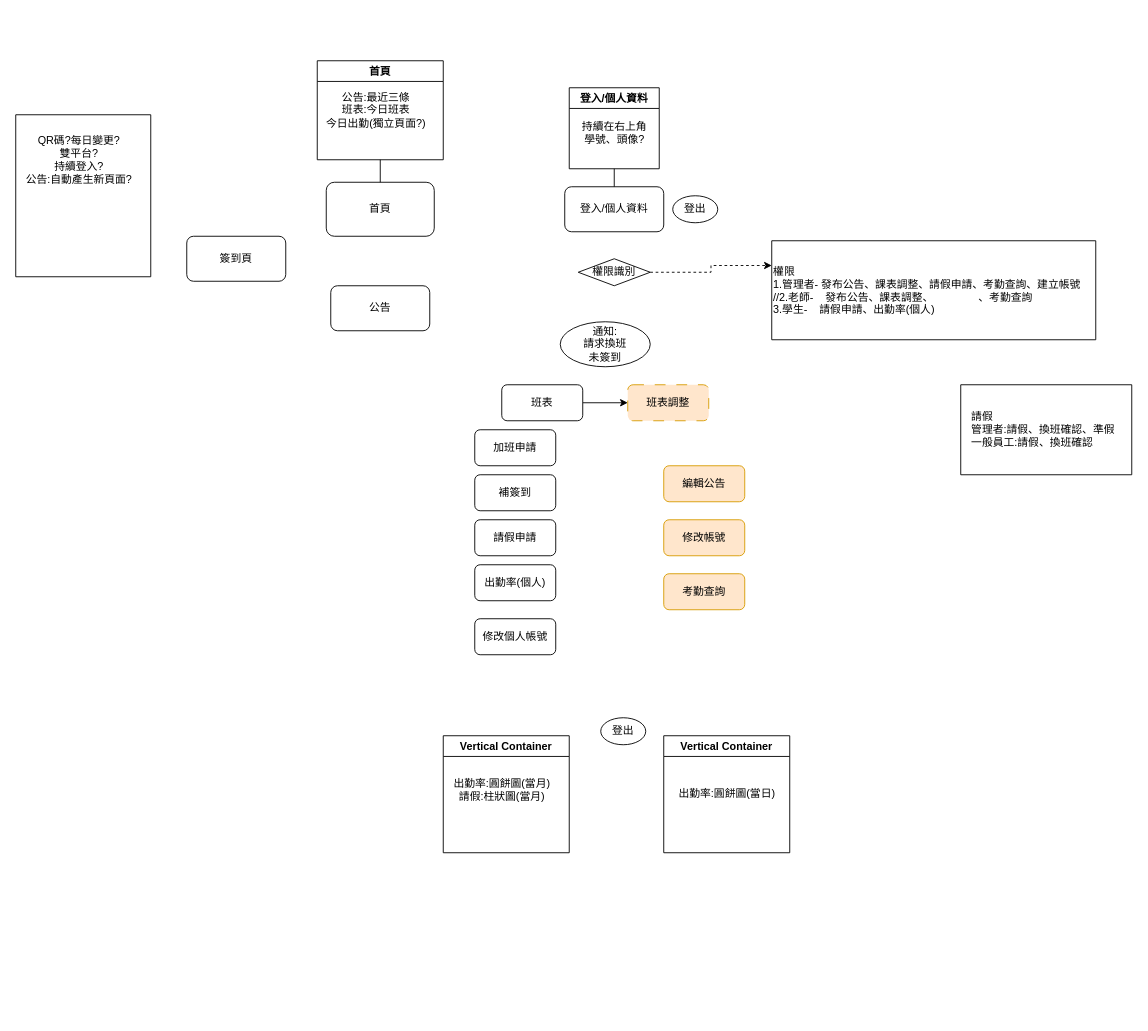
The draw.io diagram project_Outline.drawio in ZuHoliang/java-project, before the edit. Source tidied: cells renumbered, new cells numbered last; positions are measured from the earlier drawing's top-left corner, leaving out a move shared by most shapes. Both pictures are drawn from the tidied source at 90%, with x=0, y=0 at pixel (15, 60).
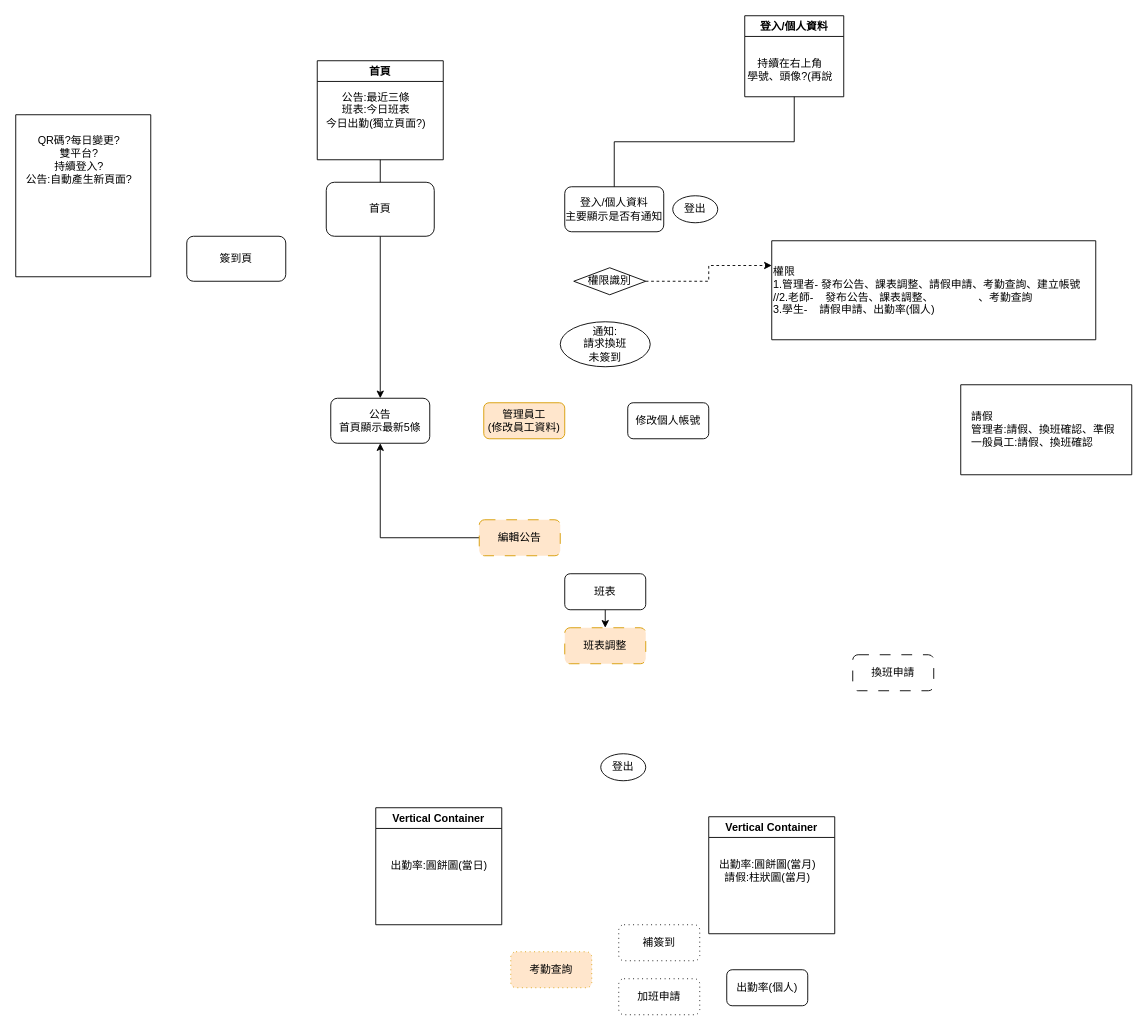
The same diagram, later.

Unchanged cells that the change refers to:
```xml
<mxCell id="2" value="首頁" style="rounded=1;whiteSpace=wrap;html=1;" parent="1" vertex="1">
  <mxGeometry x="345" y="135" width="120" height="60" as="geometry" />
</mxCell>
```

Diff of the diagram source:
```diff
@@
+    <mxCell id="38" style="edgeStyle=orthogonalEdgeStyle;rounded=0;jettySize=auto;html=1;exitX=0.5;exitY=1;exitDx=0;exitDy=0;entryX=0.5;entryY=0;entryDx=0;entryDy=0;" parent="1" edge="1" source="2" target="4">
+      <mxGeometry relative="1" as="geometry" />
+    </mxCell>
@@
-    <mxCell id="4" value="公告" style="rounded=1;whiteSpace=wrap;html=1;" parent="1" vertex="1">
-      <mxGeometry x="350" y="250" width="110" height="50" as="geometry" />
+    <mxCell id="4" value="公告&lt;br&gt;首頁顯示最新5條" style="rounded=1;whiteSpace=wrap;html=1;" parent="1" vertex="1">
+      <mxGeometry x="350" y="375" width="110" height="50" as="geometry" />
     </mxCell>
-    <mxCell id="5" value="登入/個人資料" style="rounded=1;whiteSpace=wrap;html=1;" parent="1" vertex="1">
+    <mxCell id="5" value="登入/個人資料&lt;div&gt;主要顯示是否有通知&lt;/div&gt;" style="rounded=1;whiteSpace=wrap;html=1;" parent="1" vertex="1">
       <mxGeometry x="610" y="140" width="110" height="50" as="geometry" />
     </mxCell>
@@
     <mxCell id="8" value="權限識別" style="rhombus;whiteSpace=wrap;html=1;" parent="1" vertex="1">
-      <mxGeometry x="625" y="220" width="80" height="30" as="geometry" />
+      <mxGeometry x="620" y="230" width="80" height="30" as="geometry" />
     </mxCell>
-    <mxCell id="9" value="請假申請" style="rounded=1;whiteSpace=wrap;html=1;" parent="1" vertex="1">
-      <mxGeometry x="510" y="510" width="90" height="40" as="geometry" />
+    <mxCell id="9" value="換班申請" style="rounded=1;whiteSpace=wrap;html=1;dashed=1;dashPattern=12 12;" parent="1" vertex="1">
+      <mxGeometry x="930" y="660" width="90" height="40" as="geometry" />
     </mxCell>
+    <mxCell id="39" style="edgeStyle=orthogonalEdgeStyle;rounded=0;jettySize=auto;html=1;exitX=0;exitY=0.5;exitDx=0;exitDy=0;entryX=0.5;entryY=1;entryDx=0;entryDy=0;" parent="1" edge="1" source="10" target="4">
+      <mxGeometry relative="1" as="geometry" />
+    </mxCell>
-    <mxCell id="10" value="編輯公告" style="rounded=1;whiteSpace=wrap;html=1;fillColor=#ffe6cc;strokeColor=#d79b00;" parent="1" vertex="1">
-      <mxGeometry x="720" y="450" width="90" height="40" as="geometry" />
+    <mxCell id="10" value="編輯公告" style="rounded=1;whiteSpace=wrap;html=1;fillColor=#ffe6cc;strokeColor=#d79b00;dashed=1;dashPattern=12 12;" parent="1" vertex="1">
+      <mxGeometry x="515" y="510" width="90" height="40" as="geometry" />
     </mxCell>
     <mxCell id="11" value="登出" style="ellipse;whiteSpace=wrap;html=1;" parent="1" vertex="1">
-      <mxGeometry x="650" y="730" width="50" height="30" as="geometry" />
+      <mxGeometry x="650" y="770" width="50" height="30" as="geometry" />
     </mxCell>
     <mxCell id="12" value="出勤率(個人)" style="rounded=1;whiteSpace=wrap;html=1;" parent="1" vertex="1">
-      <mxGeometry x="510" y="560" width="90" height="40" as="geometry" />
+      <mxGeometry x="790" y="1010" width="90" height="40" as="geometry" />
     </mxCell>
-    <mxCell id="13" value="考勤查詢" style="rounded=1;whiteSpace=wrap;html=1;fillColor=#ffe6cc;strokeColor=#d79b00;" parent="1" vertex="1">
-      <mxGeometry x="720" y="570" width="90" height="40" as="geometry" />
+    <mxCell id="13" value="考勤查詢" style="rounded=1;whiteSpace=wrap;html=1;fillColor=#ffe6cc;strokeColor=#d79b00;dashed=1;dashPattern=1 4;" parent="1" vertex="1">
+      <mxGeometry x="550" y="990" width="90" height="40" as="geometry" />
     </mxCell>
     <mxCell id="14" value="班表調整" style="rounded=1;whiteSpace=wrap;html=1;fillColor=#ffe6cc;strokeColor=#d79b00;dashed=1;dashPattern=12 12;" parent="1" vertex="1">
-      <mxGeometry x="680" y="360" width="90" height="40" as="geometry" />
+      <mxGeometry x="610" y="630" width="90" height="40" as="geometry" />
     </mxCell>
@@
     <mxCell id="19" value="Vertical Container" style="swimlane;whiteSpace=wrap;html=1;" parent="1" vertex="1">
-      <mxGeometry x="475" y="750" width="140" height="130" as="geometry" />
+      <mxGeometry x="770" y="840" width="140" height="130" as="geometry" />
     </mxCell>
@@
     <mxCell id="21" value="Vertical Container" style="swimlane;whiteSpace=wrap;html=1;" parent="1" vertex="1">
-      <mxGeometry x="720" y="750" width="140" height="130" as="geometry" />
+      <mxGeometry x="400" y="830" width="140" height="130" as="geometry" />
     </mxCell>
@@
     <mxCell id="27" value="登入/個人資料" style="swimlane;whiteSpace=wrap;html=1;" parent="1" vertex="1">
-      <mxGeometry x="615" y="30" width="100" height="90" as="geometry" />
+      <mxGeometry x="810" y="-50" width="110" height="90" as="geometry" />
     </mxCell>
-    <mxCell id="28" value="&lt;div&gt;持續在右上角&lt;/div&gt;學號、頭像?" style="text;html=1;align=center;verticalAlign=middle;strokeColor=none;fillColor=none;" parent="27" vertex="1">
-      <mxGeometry y="30" width="100" height="40" as="geometry" />
+    <mxCell id="28" value="&lt;div&gt;持續在右上角&lt;/div&gt;學號、頭像?(再說" style="text;html=1;align=center;verticalAlign=middle;strokeColor=none;fillColor=none;" parent="27" vertex="1">
+      <mxGeometry x="-10" y="40" width="120" height="40" as="geometry" />
     </mxCell>
-    <mxCell id="29" value="修改帳號" style="rounded=1;whiteSpace=wrap;html=1;fillColor=#ffe6cc;strokeColor=#d79b00;" parent="1" vertex="1">
-      <mxGeometry x="720" y="510" width="90" height="40" as="geometry" />
+    <mxCell id="29" value="管理員工&lt;br&gt;(修改員工資料)" style="rounded=1;whiteSpace=wrap;html=1;fillColor=#ffe6cc;strokeColor=#d79b00;" parent="1" vertex="1">
+      <mxGeometry x="520" y="380" width="90" height="40" as="geometry" />
     </mxCell>
-    <mxCell id="30" style="edgeStyle=orthogonalEdgeStyle;rounded=0;jettySize=auto;html=1;exitX=1;exitY=0.5;exitDx=0;exitDy=0;entryX=0;entryY=0.5;entryDx=0;entryDy=0;" parent="1" edge="1" source="31" target="14">
+    <mxCell id="30" style="edgeStyle=orthogonalEdgeStyle;rounded=0;jettySize=auto;html=1;exitX=0.5;exitY=1;exitDx=0;exitDy=0;entryX=0.5;entryY=0;entryDx=0;entryDy=0;" parent="1" edge="1" source="31" target="14">
       <mxGeometry relative="1" as="geometry" />
     </mxCell>
     <mxCell id="31" value="班表" style="rounded=1;whiteSpace=wrap;html=1;" parent="1" vertex="1">
-      <mxGeometry x="540" y="360" width="90" height="40" as="geometry" />
+      <mxGeometry x="610" y="570" width="90" height="40" as="geometry" />
     </mxCell>
@@
-    <mxCell id="34" value="補簽到" style="rounded=1;whiteSpace=wrap;html=1;" parent="1" vertex="1">
-      <mxGeometry x="510" y="460" width="90" height="40" as="geometry" />
+    <mxCell id="34" value="補簽到" style="rounded=1;whiteSpace=wrap;html=1;dashed=1;dashPattern=1 4;" parent="1" vertex="1">
+      <mxGeometry x="670" y="960" width="90" height="40" as="geometry" />
     </mxCell>
-    <mxCell id="35" value="加班申請" style="rounded=1;whiteSpace=wrap;html=1;" parent="1" vertex="1">
-      <mxGeometry x="510" y="410" width="90" height="40" as="geometry" />
+    <mxCell id="35" value="加班申請" style="rounded=1;whiteSpace=wrap;html=1;dashed=1;dashPattern=1 4;" parent="1" vertex="1">
+      <mxGeometry x="670" y="1020" width="90" height="40" as="geometry" />
     </mxCell>
@@
     <mxCell id="37" value="修改個人帳號" style="rounded=1;whiteSpace=wrap;html=1;" parent="1" vertex="1">
-      <mxGeometry x="510" y="620" width="90" height="40" as="geometry" />
+      <mxGeometry x="680" y="380" width="90" height="40" as="geometry" />
     </mxCell>
```
